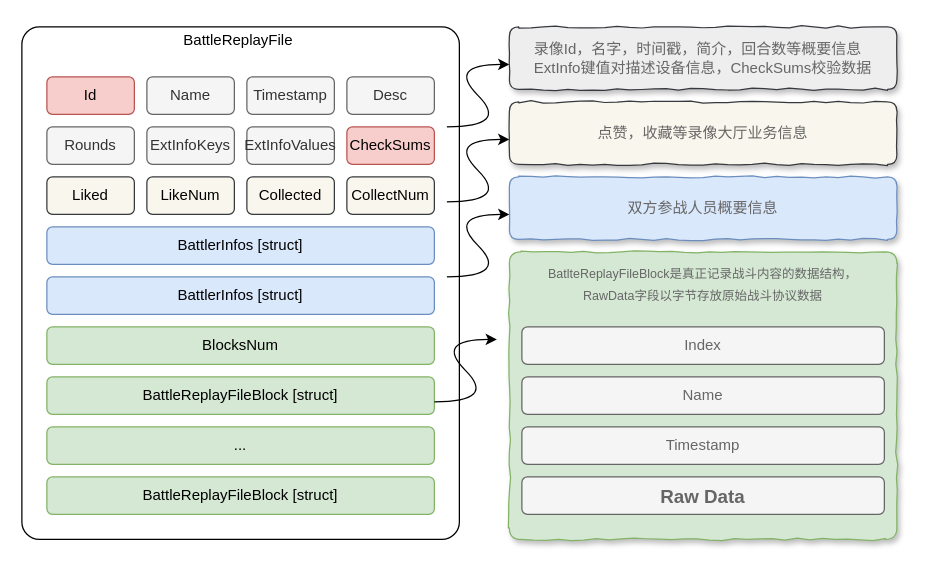
This is ppt战斗录像文件解析.drawio from leoin2012/draw.io.files, a draw.io file, before an edit. Source tidied: cells renumbered, new cells numbered last; positions are measured from the earlier drawing's top-left corner, leaving out a move shared by most shapes. Both pictures are drawn from the tidied source at 125%, with x=0, y=0 at pixel (21, 26).
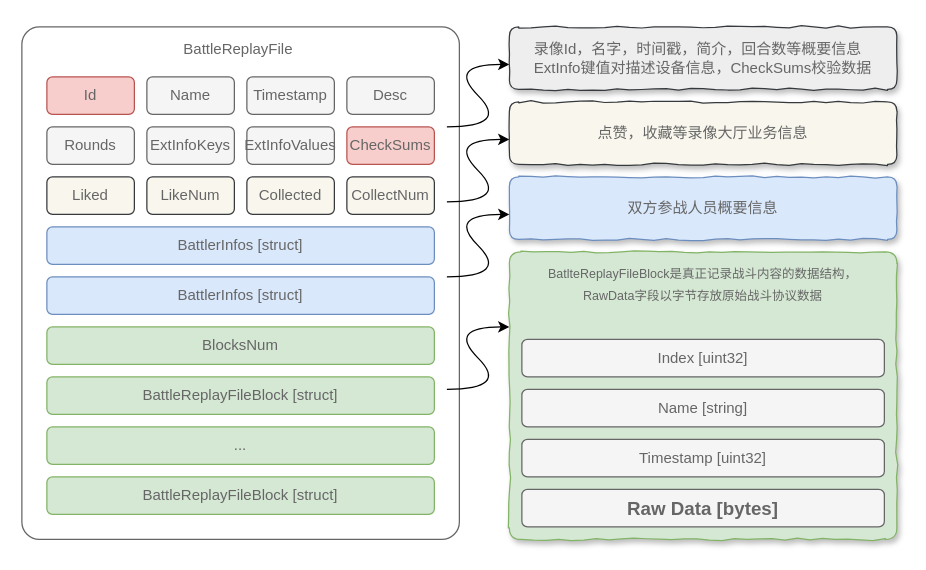
The same page after the edit.

Commit message (it also covers changes not shown here):
更新ppt战斗录像文件解析.drawio

The edit, as a diff of the source:
```diff
@@
-    <mxCell id="2" value="BattleReplayFile&amp;nbsp;&lt;br&gt;&lt;br&gt;&lt;br&gt;&lt;br&gt;&lt;br&gt;&lt;br&gt;&lt;br&gt;&lt;br&gt;&lt;br&gt;&lt;br&gt;&lt;br&gt;&lt;br&gt;&lt;br&gt;&lt;br&gt;&lt;br&gt;&lt;br&gt;&lt;br&gt;&lt;br&gt;&lt;br&gt;&lt;br&gt;&lt;br&gt;&lt;br&gt;&lt;br&gt;&lt;br&gt;&lt;br&gt;&lt;br&gt;&lt;br&gt;&lt;br&gt;" style="rounded=1;whiteSpace=wrap;html=1;arcSize=4;fillColor=none;" parent="1" vertex="1">
+    <mxCell id="2" value="&lt;font color=&quot;#666666&quot;&gt;BattleReplayFile&amp;nbsp;&lt;br&gt;&lt;br&gt;&lt;br&gt;&lt;br&gt;&lt;br&gt;&lt;br&gt;&lt;br&gt;&lt;br&gt;&lt;br&gt;&lt;br&gt;&lt;br&gt;&lt;br&gt;&lt;br&gt;&lt;br&gt;&lt;br&gt;&lt;br&gt;&lt;br&gt;&lt;br&gt;&lt;br&gt;&lt;br&gt;&lt;br&gt;&lt;br&gt;&lt;br&gt;&lt;br&gt;&lt;br&gt;&lt;br&gt;&lt;br&gt;&lt;/font&gt;" style="rounded=1;whiteSpace=wrap;html=1;arcSize=4;fillColor=none;strokeColor=#666666;fontColor=#333333;" parent="1" vertex="1">
       <mxGeometry width="350" height="410" as="geometry" />
     </mxCell>
-    <mxCell id="3" value="Name" style="rounded=1;whiteSpace=wrap;html=1;fillColor=#f5f5f5;strokeColor=#666666;fontColor=#333333;" parent="1" vertex="1">
+    <mxCell id="3" value="&lt;font color=&quot;#666666&quot;&gt;Name&lt;/font&gt;" style="rounded=1;whiteSpace=wrap;html=1;fillColor=#f5f5f5;strokeColor=#666666;fontColor=#333333;" parent="1" vertex="1">
       <mxGeometry x="100" y="40" width="70" height="30" as="geometry" />
     </mxCell>
-    <mxCell id="4" value="ExtInfoKeys" style="rounded=1;whiteSpace=wrap;html=1;fillColor=#f5f5f5;strokeColor=#666666;fontColor=#333333;" parent="1" vertex="1">
+    <mxCell id="4" value="&lt;font color=&quot;#666666&quot;&gt;ExtInfoKeys&lt;/font&gt;" style="rounded=1;whiteSpace=wrap;html=1;fillColor=#f5f5f5;strokeColor=#666666;fontColor=#333333;" parent="1" vertex="1">
       <mxGeometry x="100" y="80" width="70" height="30" as="geometry" />
     </mxCell>
-    <mxCell id="5" value="ExtInfoValues" style="rounded=1;whiteSpace=wrap;html=1;fillColor=#f5f5f5;strokeColor=#666666;fontColor=#333333;" parent="1" vertex="1">
+    <mxCell id="5" value="&lt;font color=&quot;#666666&quot;&gt;ExtInfoValues&lt;/font&gt;" style="rounded=1;whiteSpace=wrap;html=1;fillColor=#f5f5f5;strokeColor=#666666;fontColor=#333333;" parent="1" vertex="1">
       <mxGeometry x="180" y="80" width="70" height="30" as="geometry" />
     </mxCell>
-    <mxCell id="6" value="Id" style="rounded=1;whiteSpace=wrap;html=1;fillColor=#f8cecc;strokeColor=#b85450;" parent="1" vertex="1">
+    <mxCell id="6" value="&lt;font color=&quot;#666666&quot;&gt;Id&lt;/font&gt;" style="rounded=1;whiteSpace=wrap;html=1;fillColor=#f8cecc;strokeColor=#b85450;" parent="1" vertex="1">
       <mxGeometry x="20" y="40" width="70" height="30" as="geometry" />
     </mxCell>
-    <mxCell id="7" value="BattlerInfos [struct]" style="rounded=1;whiteSpace=wrap;html=1;fillColor=#dae8fc;strokeColor=#6c8ebf;" parent="1" vertex="1">
+    <mxCell id="7" value="&lt;font color=&quot;#666666&quot;&gt;BattlerInfos [struct]&lt;/font&gt;" style="rounded=1;whiteSpace=wrap;html=1;fillColor=#dae8fc;strokeColor=#6c8ebf;" parent="1" vertex="1">
       <mxGeometry x="20" y="160" width="310" height="30" as="geometry" />
     </mxCell>
-    <mxCell id="8" value="BlocksNum" style="rounded=1;whiteSpace=wrap;html=1;fillColor=#d5e8d4;strokeColor=#82b366;" parent="1" vertex="1">
+    <mxCell id="8" value="&lt;font color=&quot;#666666&quot;&gt;BlocksNum&lt;/font&gt;" style="rounded=1;whiteSpace=wrap;html=1;fillColor=#d5e8d4;strokeColor=#82b366;" parent="1" vertex="1">
       <mxGeometry x="20" y="240" width="310" height="30" as="geometry" />
     </mxCell>
@@
-    <mxCell id="10" value="Timestamp" style="rounded=1;whiteSpace=wrap;html=1;fillColor=#f5f5f5;strokeColor=#666666;fontColor=#333333;" parent="1" vertex="1">
+    <mxCell id="10" value="&lt;font color=&quot;#666666&quot;&gt;Timestamp&lt;/font&gt;" style="rounded=1;whiteSpace=wrap;html=1;fillColor=#f5f5f5;strokeColor=#666666;fontColor=#333333;" parent="1" vertex="1">
       <mxGeometry x="180" y="40" width="70" height="30" as="geometry" />
     </mxCell>
-    <mxCell id="11" value="Desc" style="rounded=1;whiteSpace=wrap;html=1;fillColor=#f5f5f5;strokeColor=#666666;fontColor=#333333;" parent="1" vertex="1">
+    <mxCell id="11" value="&lt;font color=&quot;#666666&quot;&gt;Desc&lt;/font&gt;" style="rounded=1;whiteSpace=wrap;html=1;fillColor=#f5f5f5;strokeColor=#666666;fontColor=#333333;" parent="1" vertex="1">
       <mxGeometry x="260" y="40" width="70" height="30" as="geometry" />
     </mxCell>
-    <mxCell id="12" value="Rounds" style="rounded=1;whiteSpace=wrap;html=1;fillColor=#f5f5f5;strokeColor=#666666;fontColor=#333333;" parent="1" vertex="1">
+    <mxCell id="12" value="&lt;font color=&quot;#666666&quot;&gt;Rounds&lt;/font&gt;" style="rounded=1;whiteSpace=wrap;html=1;fillColor=#f5f5f5;strokeColor=#666666;fontColor=#333333;" parent="1" vertex="1">
       <mxGeometry x="20" y="80" width="70" height="30" as="geometry" />
     </mxCell>
-    <mxCell id="13" value="CheckSums" style="rounded=1;whiteSpace=wrap;html=1;fillColor=#f8cecc;strokeColor=#b85450;" parent="1" vertex="1">
+    <mxCell id="13" value="&lt;font color=&quot;#666666&quot;&gt;CheckSums&lt;/font&gt;" style="rounded=1;whiteSpace=wrap;html=1;fillColor=#f8cecc;strokeColor=#b85450;" parent="1" vertex="1">
       <mxGeometry x="260" y="80" width="70" height="30" as="geometry" />
     </mxCell>
@@
-    <mxCell id="17" value="Liked" style="rounded=1;whiteSpace=wrap;html=1;fillColor=#f9f7ed;strokeColor=#36393d;" parent="1" vertex="1">
+    <mxCell id="17" value="&lt;font color=&quot;#666666&quot;&gt;Liked&lt;/font&gt;" style="rounded=1;whiteSpace=wrap;html=1;fillColor=#f9f7ed;strokeColor=#36393d;" parent="1" vertex="1">
       <mxGeometry x="20" y="120" width="70" height="30" as="geometry" />
     </mxCell>
-    <mxCell id="18" value="LikeNum" style="rounded=1;whiteSpace=wrap;html=1;fillColor=#f9f7ed;strokeColor=#36393d;" parent="1" vertex="1">
+    <mxCell id="18" value="&lt;font color=&quot;#666666&quot;&gt;LikeNum&lt;/font&gt;" style="rounded=1;whiteSpace=wrap;html=1;fillColor=#f9f7ed;strokeColor=#36393d;" parent="1" vertex="1">
       <mxGeometry x="100" y="120" width="70" height="30" as="geometry" />
     </mxCell>
-    <mxCell id="19" value="Collected" style="rounded=1;whiteSpace=wrap;html=1;fillColor=#f9f7ed;strokeColor=#36393d;" parent="1" vertex="1">
+    <mxCell id="19" value="&lt;font color=&quot;#666666&quot;&gt;Collected&lt;/font&gt;" style="rounded=1;whiteSpace=wrap;html=1;fillColor=#f9f7ed;strokeColor=#36393d;" parent="1" vertex="1">
       <mxGeometry x="180" y="120" width="70" height="30" as="geometry" />
     </mxCell>
-    <mxCell id="20" value="CollectNum" style="rounded=1;whiteSpace=wrap;html=1;fillColor=#f9f7ed;strokeColor=#36393d;" parent="1" vertex="1">
+    <mxCell id="20" value="&lt;font color=&quot;#666666&quot;&gt;CollectNum&lt;/font&gt;" style="rounded=1;whiteSpace=wrap;html=1;fillColor=#f9f7ed;strokeColor=#36393d;" parent="1" vertex="1">
       <mxGeometry x="260" y="120" width="70" height="30" as="geometry" />
     </mxCell>
-    <mxCell id="21" value="BattlerInfos [struct]" style="rounded=1;whiteSpace=wrap;html=1;fillColor=#dae8fc;strokeColor=#6c8ebf;" parent="1" vertex="1">
+    <mxCell id="21" value="&lt;font color=&quot;#666666&quot;&gt;BattlerInfos [struct]&lt;/font&gt;" style="rounded=1;whiteSpace=wrap;html=1;fillColor=#dae8fc;strokeColor=#6c8ebf;" parent="1" vertex="1">
       <mxGeometry x="20" y="200" width="310" height="30" as="geometry" />
     </mxCell>
@@
-    <mxCell id="25" value="&lt;font color=&quot;#666666&quot;&gt;Index&lt;/font&gt;" style="rounded=1;whiteSpace=wrap;html=1;fillColor=#f5f5f5;strokeColor=#666666;comic=0;fontColor=#333333;" parent="1" vertex="1">
-      <mxGeometry x="400" y="240" width="290" height="30" as="geometry" />
+    <mxCell id="25" value="&lt;font color=&quot;#666666&quot;&gt;Index [uint32]&lt;/font&gt;" style="rounded=1;whiteSpace=wrap;html=1;fillColor=#f5f5f5;strokeColor=#666666;comic=0;fontColor=#333333;" parent="1" vertex="1">
+      <mxGeometry x="400" y="250" width="290" height="30" as="geometry" />
     </mxCell>
-    <mxCell id="26" value="&lt;font color=&quot;#666666&quot;&gt;Name&lt;/font&gt;" style="rounded=1;whiteSpace=wrap;html=1;fillColor=#f5f5f5;strokeColor=#666666;comic=0;fontColor=#333333;" parent="1" vertex="1">
-      <mxGeometry x="400" y="280" width="290" height="30" as="geometry" />
+    <mxCell id="26" value="&lt;font color=&quot;#666666&quot;&gt;Name [string]&lt;/font&gt;" style="rounded=1;whiteSpace=wrap;html=1;fillColor=#f5f5f5;strokeColor=#666666;comic=0;fontColor=#333333;" parent="1" vertex="1">
+      <mxGeometry x="400" y="290" width="290" height="30" as="geometry" />
     </mxCell>
-    <mxCell id="27" value="&lt;font color=&quot;#666666&quot;&gt;Timestamp&lt;/font&gt;" style="rounded=1;whiteSpace=wrap;html=1;fillColor=#f5f5f5;strokeColor=#666666;comic=0;fontColor=#333333;" parent="1" vertex="1">
-      <mxGeometry x="400" y="320" width="290" height="30" as="geometry" />
+    <mxCell id="27" value="&lt;font color=&quot;#666666&quot;&gt;Timestamp [uint32]&lt;/font&gt;" style="rounded=1;whiteSpace=wrap;html=1;fillColor=#f5f5f5;strokeColor=#666666;comic=0;fontColor=#333333;" parent="1" vertex="1">
+      <mxGeometry x="400" y="330" width="290" height="30" as="geometry" />
     </mxCell>
-    <mxCell id="28" value="&lt;b&gt;&lt;font color=&quot;#666666&quot; style=&quot;font-size: 15px&quot;&gt;Raw Data&lt;/font&gt;&lt;/b&gt;" style="rounded=1;whiteSpace=wrap;html=1;fillColor=#f5f5f5;strokeColor=#666666;comic=0;fontColor=#333333;" parent="1" vertex="1">
-      <mxGeometry x="400" y="360" width="290" height="30" as="geometry" />
+    <mxCell id="28" value="&lt;b&gt;&lt;font color=&quot;#666666&quot; style=&quot;font-size: 15px&quot;&gt;Raw Data [bytes]&lt;/font&gt;&lt;/b&gt;" style="rounded=1;whiteSpace=wrap;html=1;fillColor=#f5f5f5;strokeColor=#666666;comic=0;fontColor=#333333;" parent="1" vertex="1">
+      <mxGeometry x="400" y="370" width="290" height="30" as="geometry" />
     </mxCell>
-    <mxCell id="29" value="BattleReplayFileBlock [struct]" style="rounded=1;whiteSpace=wrap;html=1;fillColor=#d5e8d4;strokeColor=#82b366;" parent="1" vertex="1">
+    <mxCell id="29" value="&lt;font color=&quot;#666666&quot;&gt;BattleReplayFileBlock [struct]&lt;/font&gt;" style="rounded=1;whiteSpace=wrap;html=1;fillColor=#d5e8d4;strokeColor=#82b366;" parent="1" vertex="1">
       <mxGeometry x="20" y="280" width="310" height="30" as="geometry" />
     </mxCell>
-    <mxCell id="30" value="..." style="rounded=1;whiteSpace=wrap;html=1;fillColor=#d5e8d4;strokeColor=#82b366;" parent="1" vertex="1">
+    <mxCell id="30" value="&lt;font color=&quot;#666666&quot;&gt;...&lt;/font&gt;" style="rounded=1;whiteSpace=wrap;html=1;fillColor=#d5e8d4;strokeColor=#82b366;" parent="1" vertex="1">
       <mxGeometry x="20" y="320" width="310" height="30" as="geometry" />
     </mxCell>
-    <mxCell id="31" value="BattleReplayFileBlock [struct]" style="rounded=1;whiteSpace=wrap;html=1;fillColor=#d5e8d4;strokeColor=#82b366;" parent="1" vertex="1">
+    <mxCell id="31" value="&lt;font color=&quot;#666666&quot;&gt;BattleReplayFileBlock [struct]&lt;/font&gt;" style="rounded=1;whiteSpace=wrap;html=1;fillColor=#d5e8d4;strokeColor=#82b366;" parent="1" vertex="1">
       <mxGeometry x="20" y="360" width="310" height="30" as="geometry" />
     </mxCell>
     <mxCell id="32" style="curved=1;endArrow=classic;html=1;" parent="1" edge="1">
       <mxGeometry relative="1" as="geometry">
-        <mxPoint x="330" y="300" as="sourcePoint" />
-        <mxPoint x="380" y="250" as="targetPoint" />
+        <mxPoint x="340" y="290" as="sourcePoint" />
+        <mxPoint x="390" y="240" as="targetPoint" />
         <Array as="points">
-          <mxPoint x="380" y="300" />
-          <mxPoint x="330" y="250" />
+          <mxPoint x="390" y="290" />
+          <mxPoint x="340" y="240" />
         </Array>
       </mxGeometry>
     </mxCell>
```
